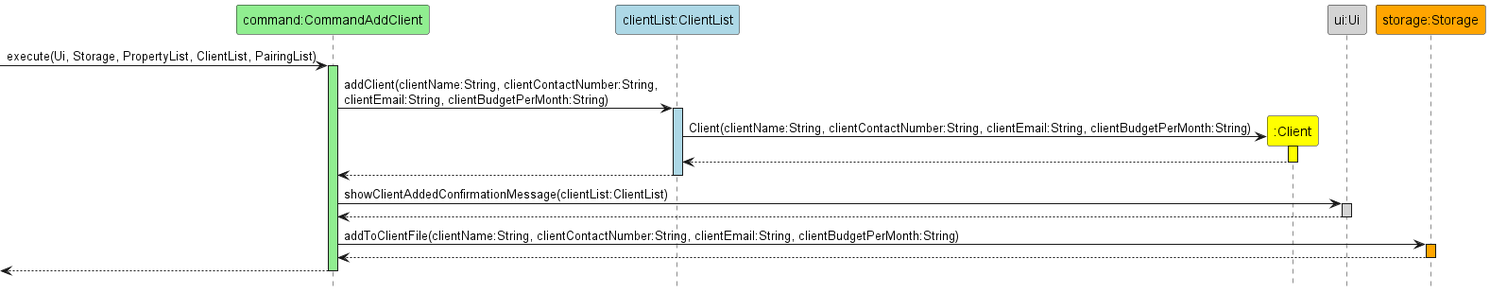
Above: docs/diagrams/AddClientSequenceDiagram.png in nus-cs2113-AY2223S1/tp (PlantUML), before the change. Its diagram source:
```plantuml
@startuml
hide footbox

participant "command:CommandAddClient" as CommandAddClient #lightgreen
participant "clientList:ClientList" as ClientList #lightblue
participant ":Client" as Client #yellow
participant "ui:Ui" as Ui #lightgrey
participant "storage:Storage" as Storage #orange

->CommandAddClient:execute(Ui, Storage, PropertyList, ClientList, PairingList)
activate CommandAddClient #lightgreen

CommandAddClient -> ClientList : addClient(clientName:String, clientContactNumber:String, \nclientEmail:String, clientBudgetPerMonth:String)
activate ClientList #lightblue

create Client
ClientList -> Client : Client(clientName:String, clientContactNumber:String, clientEmail:String, clientBudgetPerMonth:String)
activate Client #yellow

return
return

CommandAddClient -> Ui : showClientAddedConfirmationMessage(clientList:ClientList)
activate Ui #lightgrey
return

CommandAddClient -> Storage : addToClientFile(clientName:String, clientContactNumber:String, clientEmail:String, clientBudgetPerMonth:String)
activate Storage #orange
return
return










@enduml
```
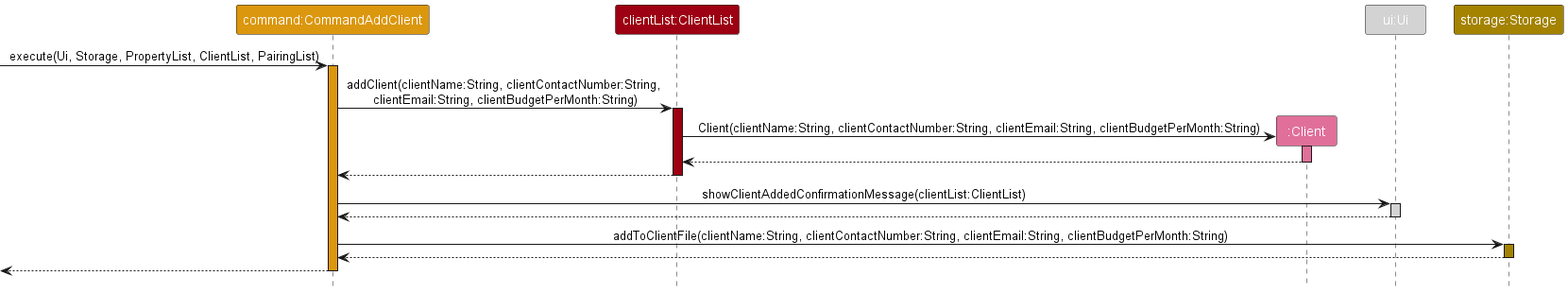
The same diagram one commit later.

The edit, as a diff of the source:
```diff
@@ -1,41 +1,34 @@
 @startuml
+!include style.puml
+
 hide footbox
 
-participant "command:CommandAddClient" as CommandAddClient #lightgreen
-participant "clientList:ClientList" as ClientList #lightblue
-participant ":Client" as Client #yellow
-participant "ui:Ui" as Ui #lightgrey
-participant "storage:Storage" as Storage #orange
+participant "command:CommandAddClient" as CommandAddClient COMMAND_COLOR
+participant "clientList:ClientList" as ClientList CLIENT_LIST_COLOR
+participant ":Client" as Client CLIENT_COLOR
+participant "ui:Ui" as Ui UI_COLOR
+participant "storage:Storage" as Storage STORAGE_COLOR
 
 ->CommandAddClient:execute(Ui, Storage, PropertyList, ClientList, PairingList)
-activate CommandAddClient #lightgreen
+activate CommandAddClient COMMAND_COLOR
 
 CommandAddClient -> ClientList : addClient(clientName:String, clientContactNumber:String, \nclientEmail:String, clientBudgetPerMonth:String)
-activate ClientList #lightblue
+activate ClientList CLIENT_LIST_COLOR
 
 create Client
 ClientList -> Client : Client(clientName:String, clientContactNumber:String, clientEmail:String, clientBudgetPerMonth:String)
-activate Client #yellow
+activate Client CLIENT_COLOR
 
 return
 return
 
 CommandAddClient -> Ui : showClientAddedConfirmationMessage(clientList:ClientList)
-activate Ui #lightgrey
+activate Ui UI_COLOR
 return
 
 CommandAddClient -> Storage : addToClientFile(clientName:String, clientContactNumber:String, clientEmail:String, clientBudgetPerMonth:String)
-activate Storage #orange
+activate Storage STORAGE_COLOR
 return
 return
 
-
-
-
-
-
-
-
-
-
 @enduml
```
